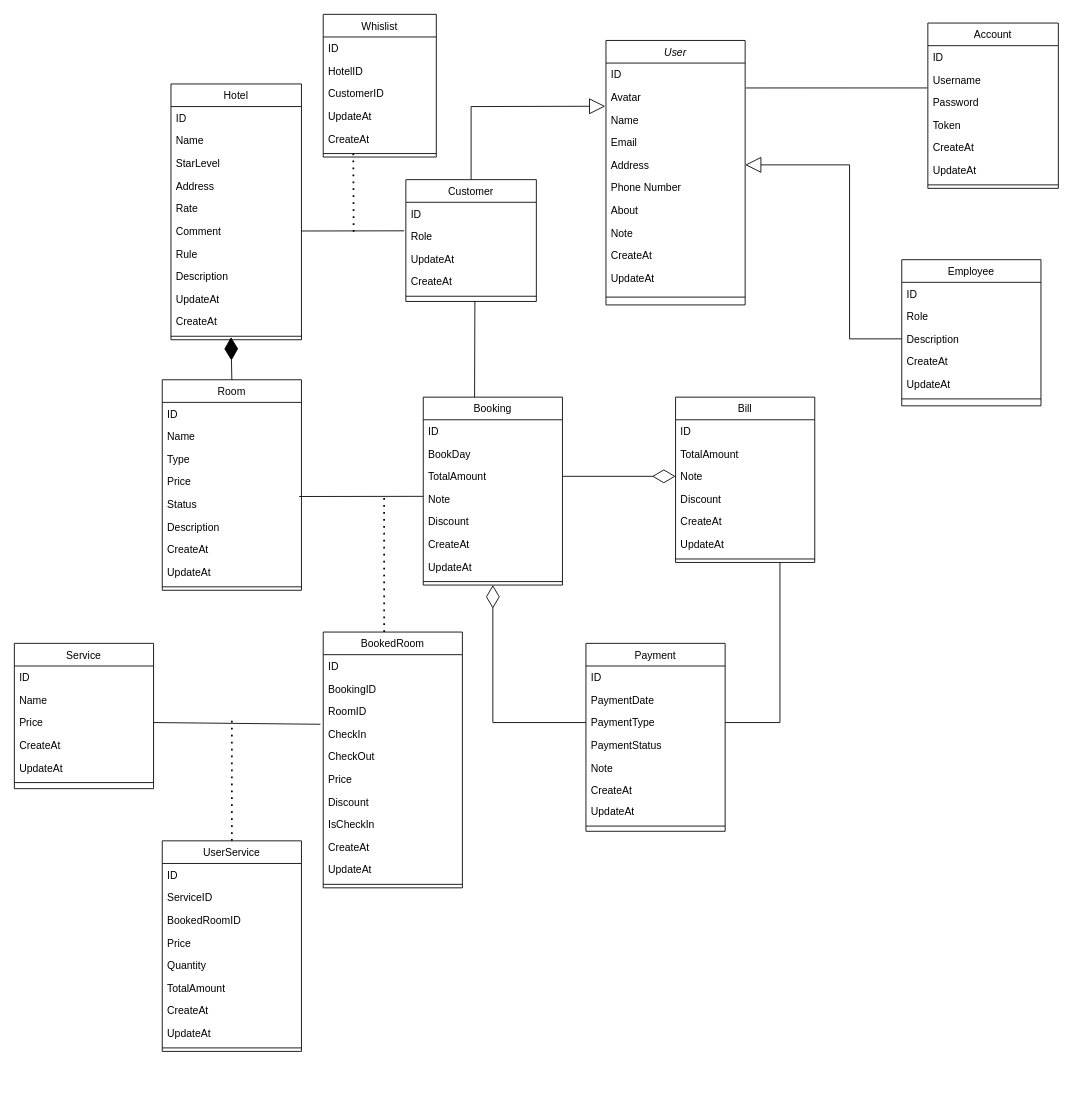
Earlier version of the draw.io diagram page "Page-1" (1 of 2) of design/class-diagram.drawio (nekizz/final-project). Source tidied: cells renumbered, new cells numbered last; positions are measured from the earlier drawing's top-left corner, leaving out a move shared by most shapes. Both pictures are drawn from the tidied source at 87%, with x=0, y=0 at pixel (14, 14).
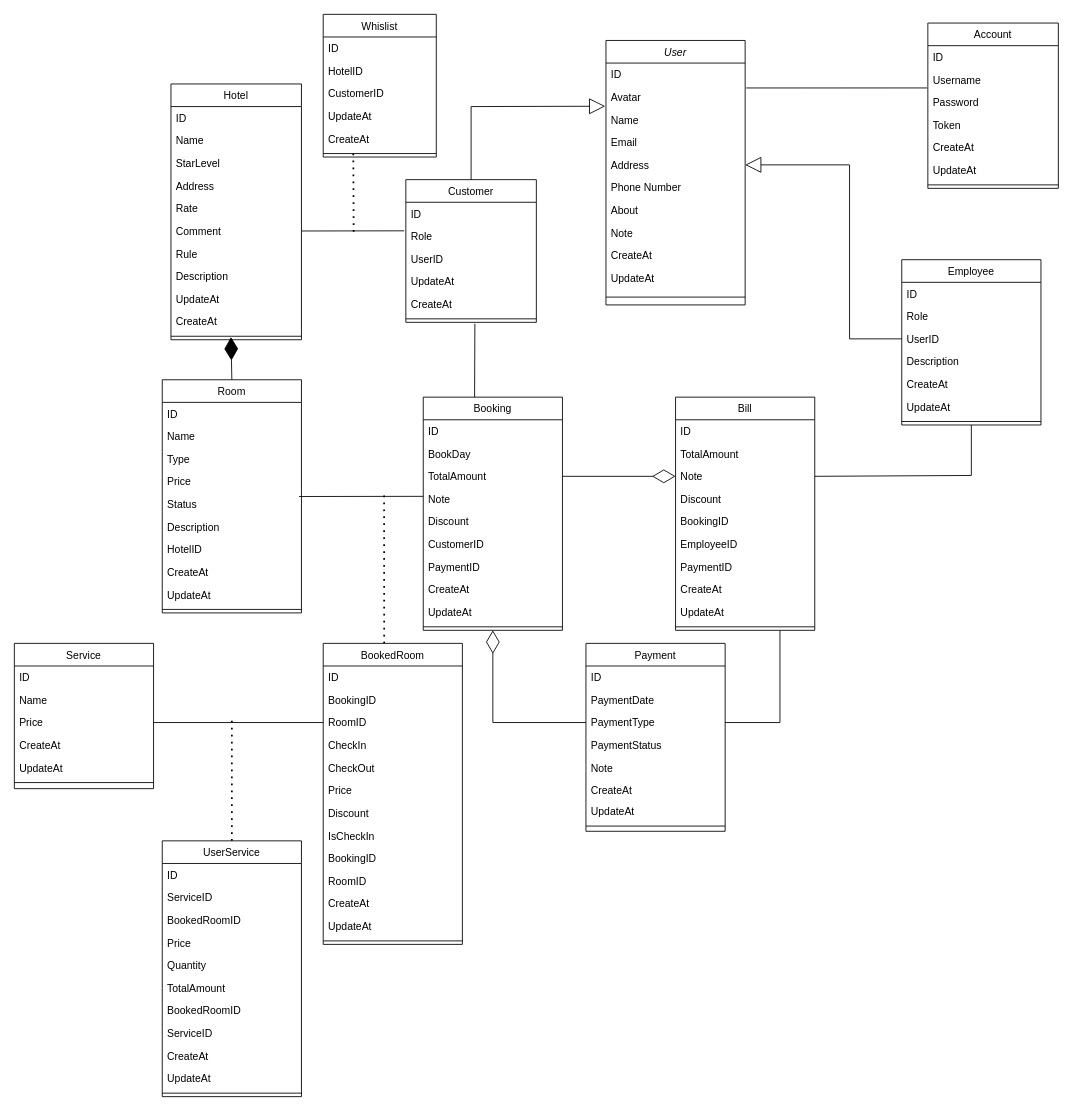
The same page after the edit.

Commit message:
redesign class diagram

The change refers to these unchanged cells:
```xml
<mxCell id="58" value="RoomID" style="text;align=left;verticalAlign=top;spacingLeft=4;spacingRight=4;overflow=hidden;points=[[0,0.5],[1,0.5]];portConstraint=eastwest;" parent="55" vertex="1">
  <mxGeometry y="78" width="160" height="26" as="geometry" />
</mxCell>
<mxCell id="59" value="CheckIn" style="text;align=left;verticalAlign=top;spacingLeft=4;spacingRight=4;overflow=hidden;points=[[0,0.5],[1,0.5]];portConstraint=eastwest;rounded=0;shadow=0;html=0;" parent="55" vertex="1">
  <mxGeometry y="104" width="160" height="26" as="geometry" />
</mxCell>
<mxCell id="89" value="Note" style="text;align=left;verticalAlign=top;spacingLeft=4;spacingRight=4;overflow=hidden;points=[[0,0.5],[1,0.5]];portConstraint=eastwest;rounded=0;shadow=0;html=0;" parent="86" vertex="1">
  <mxGeometry y="78" width="160" height="26" as="geometry" />
</mxCell>
```

The edit, as a diff of the source:
```diff
@@
     <mxCell id="14" value="Booking" style="swimlane;fontStyle=0;align=center;verticalAlign=top;horizontal=1;startSize=26;rounded=0;shadow=0;strokeWidth=1;" parent="1" vertex="1">
-      <mxGeometry x="470" y="440" width="160" height="216" as="geometry" />
+      <mxGeometry x="470" y="440" width="160" height="268" as="geometry" />
     </mxCell>
@@
+    <mxCell id="133" value="CustomerID" style="text;align=left;verticalAlign=top;spacingLeft=4;spacingRight=4;overflow=hidden;rounded=0;shadow=0;html=0;" parent="14" vertex="1">
+      <mxGeometry y="156" width="160" height="26" as="geometry" />
+    </mxCell>
+    <mxCell id="134" value="PaymentID" style="text;align=left;verticalAlign=top;spacingLeft=4;spacingRight=4;overflow=hidden;rounded=0;shadow=0;html=0;" parent="14" vertex="1">
+      <mxGeometry y="182" width="160" height="26" as="geometry" />
+    </mxCell>
     <mxCell id="20" value="CreateAt" style="text;align=left;verticalAlign=top;spacingLeft=4;spacingRight=4;overflow=hidden;rounded=0;shadow=0;html=0;" parent="14" vertex="1">
-      <mxGeometry y="156" width="160" height="26" as="geometry" />
+      <mxGeometry y="208" width="160" height="26" as="geometry" />
     </mxCell>
     <mxCell id="21" value="UpdateAt" style="text;align=left;verticalAlign=top;spacingLeft=4;spacingRight=4;overflow=hidden;rounded=0;shadow=0;html=0;" parent="14" vertex="1">
-      <mxGeometry y="182" width="160" height="26" as="geometry" />
+      <mxGeometry y="234" width="160" height="26" as="geometry" />
     </mxCell>
     <mxCell id="22" style="line;html=1;strokeWidth=1;align=left;verticalAlign=middle;spacingTop=-1;spacingLeft=3;spacingRight=3;labelPosition=right;" parent="14" vertex="1">
-      <mxGeometry y="208" width="160" height="8" as="geometry" />
+      <mxGeometry y="260" width="160" height="8" as="geometry" />
     </mxCell>
     <mxCell id="23" value="Employee" style="swimlane;fontStyle=0;align=center;verticalAlign=top;horizontal=1;startSize=26;rounded=0;shadow=0;strokeWidth=1;" parent="1" vertex="1">
-      <mxGeometry x="1020" y="282" width="160" height="168" as="geometry" />
+      <mxGeometry x="1020" y="282" width="160" height="190" as="geometry" />
     </mxCell>
@@
+    <mxCell id="135" value="UserID" style="text;align=left;verticalAlign=top;spacingLeft=4;spacingRight=4;overflow=hidden;" parent="23" vertex="1">
+      <mxGeometry y="78" width="160" height="26" as="geometry" />
+    </mxCell>
     <mxCell id="26" value="Description" style="text;align=left;verticalAlign=top;spacingLeft=4;spacingRight=4;overflow=hidden;rounded=0;shadow=0;html=0;" parent="23" vertex="1">
-      <mxGeometry y="78" width="160" height="26" as="geometry" />
+      <mxGeometry y="104" width="160" height="26" as="geometry" />
     </mxCell>
     <mxCell id="27" value="CreateAt" style="text;align=left;verticalAlign=top;spacingLeft=4;spacingRight=4;overflow=hidden;rounded=0;shadow=0;html=0;" parent="23" vertex="1">
-      <mxGeometry y="104" width="160" height="26" as="geometry" />
+      <mxGeometry y="130" width="160" height="26" as="geometry" />
     </mxCell>
     <mxCell id="28" value="UpdateAt" style="text;align=left;verticalAlign=top;spacingLeft=4;spacingRight=4;overflow=hidden;rounded=0;shadow=0;html=0;" parent="23" vertex="1">
-      <mxGeometry y="130" width="160" height="26" as="geometry" />
+      <mxGeometry y="156" width="160" height="26" as="geometry" />
     </mxCell>
     <mxCell id="29" style="line;html=1;strokeWidth=1;align=left;verticalAlign=middle;spacingTop=-1;spacingLeft=3;spacingRight=3;labelPosition=right;" parent="23" vertex="1">
-      <mxGeometry y="156" width="160" height="8" as="geometry" />
+      <mxGeometry y="182" width="160" height="8" as="geometry" />
     </mxCell>
     <mxCell id="30" value="Customer" style="swimlane;fontStyle=0;align=center;verticalAlign=top;horizontal=1;startSize=26;rounded=0;shadow=0;strokeWidth=1;" parent="1" vertex="1">
-      <mxGeometry x="450" y="190" width="150" height="140" as="geometry" />
+      <mxGeometry x="450" y="190" width="150" height="164" as="geometry" />
     </mxCell>
@@
+    <mxCell id="136" value="UserID" style="text;align=left;verticalAlign=top;spacingLeft=4;spacingRight=4;overflow=hidden;" parent="30" vertex="1">
+      <mxGeometry y="78" width="150" height="26" as="geometry" />
+    </mxCell>
     <mxCell id="33" value="UpdateAt" style="text;align=left;verticalAlign=top;spacingLeft=4;spacingRight=4;overflow=hidden;rounded=0;shadow=0;html=0;" parent="30" vertex="1">
-      <mxGeometry y="78" width="150" height="26" as="geometry" />
+      <mxGeometry y="104" width="150" height="26" as="geometry" />
     </mxCell>
     <mxCell id="34" value="CreateAt" style="text;align=left;verticalAlign=top;spacingLeft=4;spacingRight=4;overflow=hidden;rounded=0;shadow=0;html=0;" parent="30" vertex="1">
-      <mxGeometry y="104" width="150" height="26" as="geometry" />
+      <mxGeometry y="130" width="150" height="26" as="geometry" />
     </mxCell>
     <mxCell id="35" style="line;html=1;strokeWidth=1;align=left;verticalAlign=middle;spacingTop=-1;spacingLeft=3;spacingRight=3;labelPosition=right;points=[];portConstraint=eastwest;" parent="30" vertex="1">
-      <mxGeometry y="130" width="150" height="8" as="geometry" />
+      <mxGeometry y="156" width="150" height="8" as="geometry" />
     </mxCell>
@@
     <mxCell id="45" value="Room" style="swimlane;fontStyle=0;align=center;verticalAlign=top;horizontal=1;startSize=26;rounded=0;shadow=0;strokeWidth=1;" parent="1" vertex="1">
-      <mxGeometry x="170" y="420" width="160" height="242" as="geometry" />
+      <mxGeometry x="170" y="420" width="160" height="268" as="geometry" />
     </mxCell>
@@
+    <mxCell id="137" value="HotelID" style="text;align=left;verticalAlign=top;spacingLeft=4;spacingRight=4;overflow=hidden;rounded=0;shadow=0;html=0;" parent="45" vertex="1">
+      <mxGeometry y="182" width="160" height="26" as="geometry" />
+    </mxCell>
     <mxCell id="52" value="CreateAt" style="text;align=left;verticalAlign=top;spacingLeft=4;spacingRight=4;overflow=hidden;rounded=0;shadow=0;html=0;" parent="45" vertex="1">
-      <mxGeometry y="182" width="160" height="26" as="geometry" />
+      <mxGeometry y="208" width="160" height="26" as="geometry" />
     </mxCell>
     <mxCell id="53" value="UpdateAt" style="text;align=left;verticalAlign=top;spacingLeft=4;spacingRight=4;overflow=hidden;rounded=0;shadow=0;html=0;" parent="45" vertex="1">
-      <mxGeometry y="208" width="160" height="26" as="geometry" />
+      <mxGeometry y="234" width="160" height="26" as="geometry" />
     </mxCell>
     <mxCell id="54" style="line;html=1;strokeWidth=1;align=left;verticalAlign=middle;spacingTop=-1;spacingLeft=3;spacingRight=3;labelPosition=right;" parent="45" vertex="1">
-      <mxGeometry y="234" width="160" height="8" as="geometry" />
+      <mxGeometry y="260" width="160" height="8" as="geometry" />
     </mxCell>
     <mxCell id="55" value="BookedRoom" style="swimlane;fontStyle=0;align=center;verticalAlign=top;horizontal=1;startSize=26;rounded=0;shadow=0;strokeWidth=1;" parent="1" vertex="1">
-      <mxGeometry x="355" y="710" width="160" height="294" as="geometry" />
+      <mxGeometry x="355" y="723" width="160" height="346" as="geometry" />
     </mxCell>
@@
+    <mxCell id="138" value="BookingID" style="text;align=left;verticalAlign=top;spacingLeft=4;spacingRight=4;overflow=hidden;rounded=0;shadow=0;html=0;" parent="55" vertex="1">
+      <mxGeometry y="234" width="160" height="26" as="geometry" />
+    </mxCell>
+    <mxCell id="139" value="RoomID" style="text;align=left;verticalAlign=top;spacingLeft=4;spacingRight=4;overflow=hidden;rounded=0;shadow=0;html=0;" parent="55" vertex="1">
+      <mxGeometry y="260" width="160" height="26" as="geometry" />
+    </mxCell>
     <mxCell id="64" value="CreateAt" style="text;align=left;verticalAlign=top;spacingLeft=4;spacingRight=4;overflow=hidden;rounded=0;shadow=0;html=0;" parent="55" vertex="1">
-      <mxGeometry y="234" width="160" height="26" as="geometry" />
+      <mxGeometry y="286" width="160" height="26" as="geometry" />
     </mxCell>
     <mxCell id="65" value="UpdateAt" style="text;align=left;verticalAlign=top;spacingLeft=4;spacingRight=4;overflow=hidden;rounded=0;shadow=0;html=0;" parent="55" vertex="1">
-      <mxGeometry y="260" width="160" height="26" as="geometry" />
+      <mxGeometry y="312" width="160" height="26" as="geometry" />
     </mxCell>
     <mxCell id="66" style="line;html=1;strokeWidth=1;align=left;verticalAlign=middle;spacingTop=-1;spacingLeft=3;spacingRight=3;labelPosition=right;" parent="55" vertex="1">
-      <mxGeometry y="286" width="160" height="8" as="geometry" />
+      <mxGeometry y="338" width="160" height="8" as="geometry" />
     </mxCell>
@@
     <mxCell id="76" value="UserService" style="swimlane;fontStyle=0;align=center;verticalAlign=top;horizontal=1;startSize=26;rounded=0;shadow=0;strokeWidth=1;" parent="1" vertex="1">
-      <mxGeometry x="170" y="950" width="160" height="242" as="geometry" />
+      <mxGeometry x="170" y="950" width="160" height="294" as="geometry" />
     </mxCell>
@@
+    <mxCell id="140" value="BookedRoomID" style="text;align=left;verticalAlign=top;spacingLeft=4;spacingRight=4;overflow=hidden;rounded=0;shadow=0;html=0;" parent="76" vertex="1">
+      <mxGeometry y="182" width="160" height="26" as="geometry" />
+    </mxCell>
+    <mxCell id="141" value="ServiceID" style="text;align=left;verticalAlign=top;spacingLeft=4;spacingRight=4;overflow=hidden;rounded=0;shadow=0;html=0;" parent="76" vertex="1">
+      <mxGeometry y="208" width="160" height="26" as="geometry" />
+    </mxCell>
     <mxCell id="83" value="CreateAt" style="text;align=left;verticalAlign=top;spacingLeft=4;spacingRight=4;overflow=hidden;rounded=0;shadow=0;html=0;" parent="76" vertex="1">
-      <mxGeometry y="182" width="160" height="26" as="geometry" />
+      <mxGeometry y="234" width="160" height="26" as="geometry" />
     </mxCell>
     <mxCell id="84" value="UpdateAt" style="text;align=left;verticalAlign=top;spacingLeft=4;spacingRight=4;overflow=hidden;rounded=0;shadow=0;html=0;" parent="76" vertex="1">
-      <mxGeometry y="208" width="160" height="26" as="geometry" />
+      <mxGeometry y="260" width="160" height="26" as="geometry" />
     </mxCell>
     <mxCell id="85" style="line;html=1;strokeWidth=1;align=left;verticalAlign=middle;spacingTop=-1;spacingLeft=3;spacingRight=3;labelPosition=right;" parent="76" vertex="1">
-      <mxGeometry y="234" width="160" height="8" as="geometry" />
+      <mxGeometry y="286" width="160" height="8" as="geometry" />
     </mxCell>
     <mxCell id="86" value="Bill" style="swimlane;fontStyle=0;align=center;verticalAlign=top;horizontal=1;startSize=26;rounded=0;shadow=0;strokeWidth=1;" parent="1" vertex="1">
-      <mxGeometry x="760" y="440" width="160" height="190" as="geometry" />
+      <mxGeometry x="760" y="440" width="160" height="268" as="geometry" />
     </mxCell>
@@
+    <mxCell id="142" value="BookingID" style="text;align=left;verticalAlign=top;spacingLeft=4;spacingRight=4;overflow=hidden;rounded=0;shadow=0;html=0;" parent="86" vertex="1">
+      <mxGeometry y="130" width="160" height="26" as="geometry" />
+    </mxCell>
+    <mxCell id="143" value="EmployeeID" style="text;align=left;verticalAlign=top;spacingLeft=4;spacingRight=4;overflow=hidden;rounded=0;shadow=0;html=0;" parent="86" vertex="1">
+      <mxGeometry y="156" width="160" height="26" as="geometry" />
+    </mxCell>
+    <mxCell id="144" value="PaymentID" style="text;align=left;verticalAlign=top;spacingLeft=4;spacingRight=4;overflow=hidden;rounded=0;shadow=0;html=0;" parent="86" vertex="1">
+      <mxGeometry y="182" width="160" height="26" as="geometry" />
+    </mxCell>
     <mxCell id="91" value="CreateAt" style="text;align=left;verticalAlign=top;spacingLeft=4;spacingRight=4;overflow=hidden;rounded=0;shadow=0;html=0;" parent="86" vertex="1">
-      <mxGeometry y="130" width="160" height="26" as="geometry" />
+      <mxGeometry y="208" width="160" height="26" as="geometry" />
     </mxCell>
     <mxCell id="92" value="UpdateAt" style="text;align=left;verticalAlign=top;spacingLeft=4;spacingRight=4;overflow=hidden;rounded=0;shadow=0;html=0;" parent="86" vertex="1">
-      <mxGeometry y="156" width="160" height="26" as="geometry" />
+      <mxGeometry y="234" width="160" height="26" as="geometry" />
     </mxCell>
     <mxCell id="93" style="line;html=1;strokeWidth=1;align=left;verticalAlign=middle;spacingTop=-1;spacingLeft=3;spacingRight=3;labelPosition=right;" parent="86" vertex="1">
-      <mxGeometry y="182" width="160" height="8" as="geometry" />
+      <mxGeometry y="260" width="160" height="8" as="geometry" />
     </mxCell>
@@
-    <mxCell id="116" style="endArrow=none;html=1;rounded=0;exitX=1;exitY=0.5;exitDx=0;exitDy=0;entryX=-0.02;entryY=0.077;entryDx=0;entryDy=0;entryPerimeter=0;" parent="1" edge="1" target="59">
+    <mxCell id="116" style="endArrow=none;html=1;rounded=0;exitX=1;exitY=0.5;exitDx=0;exitDy=0;entryX=0;entryY=0.5;entryDx=0;entryDy=0;" parent="1" edge="1" target="58">
       <mxGeometry relative="1" as="geometry">
         <mxPoint x="160" y="814" as="sourcePoint" />
       </mxGeometry>
     </mxCell>
@@
+    <mxCell id="145" style="endArrow=none;html=1;rounded=0;exitX=1;exitY=0.5;exitDx=0;exitDy=0;entryX=0.5;entryY=1;entryDx=0;entryDy=0;" parent="1" edge="1" source="89" target="23">
+      <mxGeometry relative="1" as="geometry">
+        <Array as="points">
+          <mxPoint x="1100" y="530" />
+        </Array>
+      </mxGeometry>
+    </mxCell>
```
